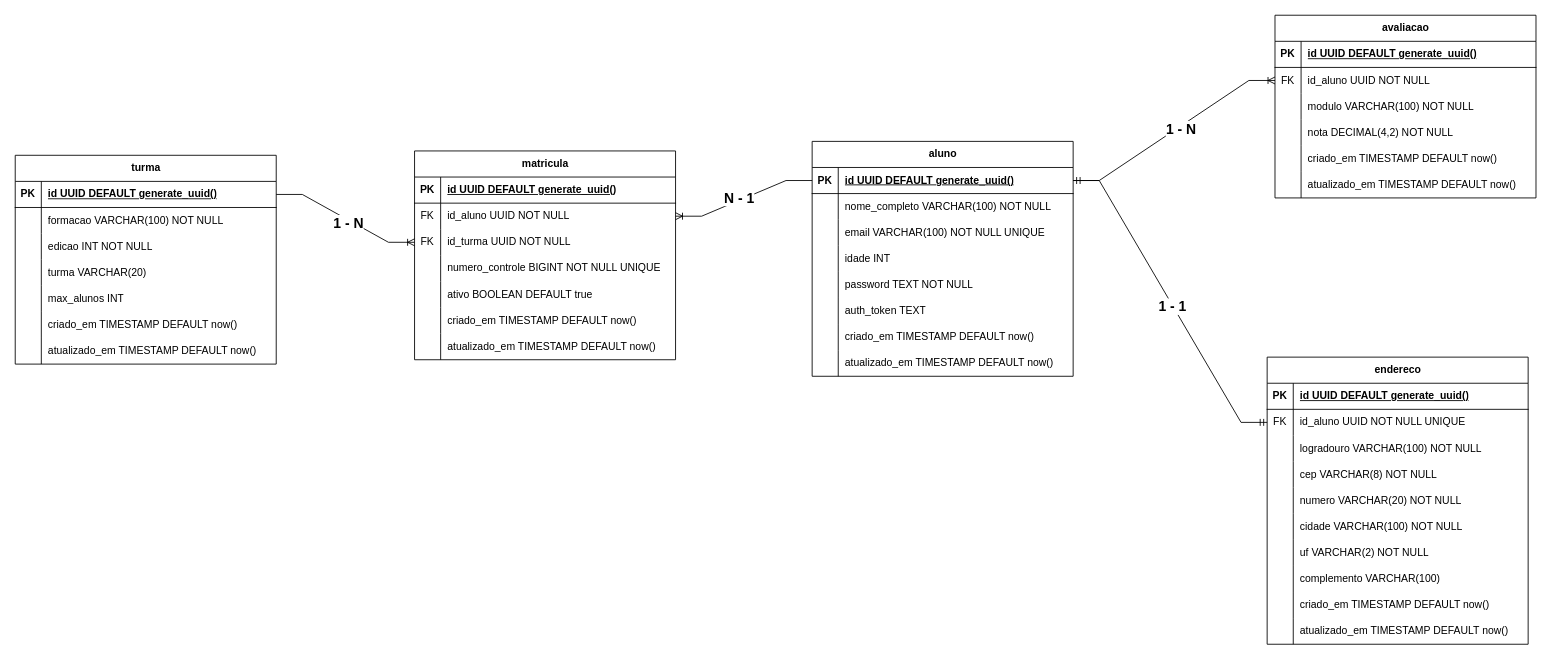
leticialealperez/STARTER-14ED02 keeps this draw.io diagram as BLOCO-INTERMEDIARIO/BANCO-DE-DADOS-II/api-controle-academico/docs/diagrama.drawio. Above is the earlier version. Source tidied: cells renumbered, new cells numbered last; positions are measured from the earlier drawing's top-left corner, leaving out a move shared by most shapes. Both pictures are drawn from the tidied source at 87%, with x=0, y=0 at pixel (15, 15).
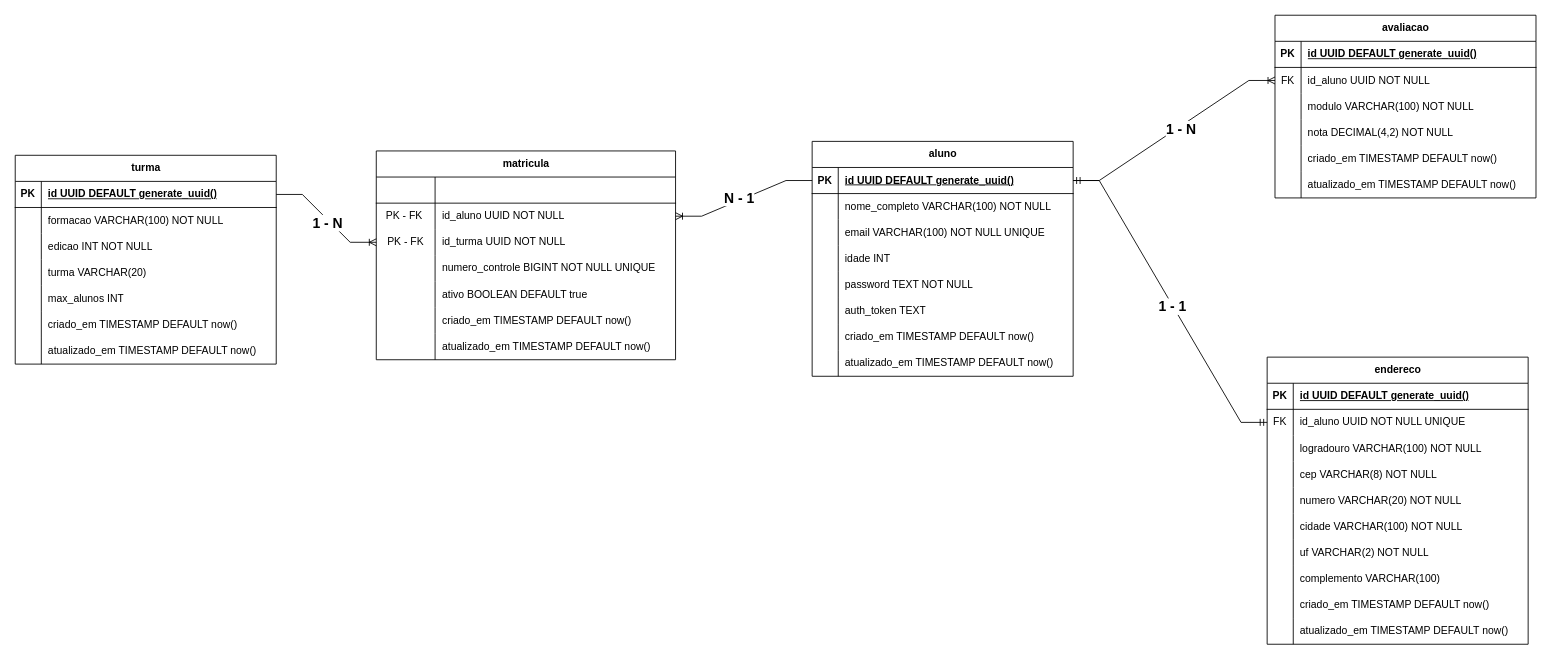
Above is the later version.

The edit, as a diff of the source:
```diff
@@
     <mxCell id="103" value="matricula" style="shape=table;startSize=30;childLayout=tableLayout;rowLines=0;fontStyle=1;align=center;html=1;" parent="1" vertex="1">
-      <mxGeometry x="459" y="156" width="300" height="240" as="geometry" />
+      <mxGeometry x="415" y="156" width="344" height="240" as="geometry" />
     </mxCell>
     <mxCell id="104" style="shape=tableRow;horizontal=0;startSize=0;swimlaneHead=0;swimlaneBody=0;fillColor=none;top=0;left=0;right=0;bottom=1;" parent="103" vertex="1">
-      <mxGeometry y="30" width="300" height="30" as="geometry" />
+      <mxGeometry y="30" width="344" height="30" as="geometry" />
     </mxCell>
-    <mxCell id="105" value="PK" style="shape=partialRectangle;fillColor=none;top=0;left=0;bottom=0;right=0;fontStyle=1;overflow=hidden;whiteSpace=wrap;html=1;" parent="104" vertex="1">
-      <mxGeometry width="30" height="30" as="geometry" />
+    <mxCell id="105" style="shape=partialRectangle;fillColor=none;top=0;left=0;bottom=0;right=0;fontStyle=1;overflow=hidden;whiteSpace=wrap;html=1;" parent="104" vertex="1">
+      <mxGeometry width="67.6" height="30" as="geometry" />
     </mxCell>
-    <mxCell id="106" value="id UUID DEFAULT generate_uuid()" style="shape=partialRectangle;fillColor=none;top=0;left=0;bottom=0;right=0;align=left;spacingLeft=6;fontStyle=5;overflow=hidden;whiteSpace=wrap;html=1;" parent="104" vertex="1">
-      <mxGeometry x="30" width="270" height="30" as="geometry" />
+    <mxCell id="106" style="shape=partialRectangle;fillColor=none;top=0;left=0;bottom=0;right=0;align=left;spacingLeft=6;fontStyle=5;overflow=hidden;whiteSpace=wrap;html=1;" parent="104" vertex="1">
+      <mxGeometry x="67.6" width="276.4" height="30" as="geometry" />
     </mxCell>
     <mxCell id="107" style="shape=tableRow;horizontal=0;startSize=0;swimlaneHead=0;swimlaneBody=0;fillColor=none;points=[[0,0.5],[1,0.5]];portConstraint=eastwest;top=0;left=0;right=0;bottom=0;" parent="103" vertex="1">
-      <mxGeometry y="60" width="300" height="30" as="geometry" />
+      <mxGeometry y="60" width="344" height="30" as="geometry" />
     </mxCell>
-    <mxCell id="108" value="FK" style="shape=partialRectangle;fillColor=none;top=0;left=0;bottom=0;right=0;overflow=hidden;whiteSpace=wrap;html=1;" parent="107" vertex="1">
-      <mxGeometry width="30" height="30" as="geometry" />
+    <mxCell id="108" value="PK - FK&amp;nbsp;" style="shape=partialRectangle;fillColor=none;top=0;left=0;bottom=0;right=0;overflow=hidden;whiteSpace=wrap;html=1;" parent="107" vertex="1">
+      <mxGeometry width="67.6" height="30" as="geometry" />
     </mxCell>
     <mxCell id="109" value="id_aluno UUID NOT NULL" style="shape=partialRectangle;fillColor=none;top=0;left=0;bottom=0;right=0;align=left;spacingLeft=6;overflow=hidden;whiteSpace=wrap;html=1;" parent="107" vertex="1">
-      <mxGeometry x="30" width="270" height="30" as="geometry" />
+      <mxGeometry x="67.6" width="276.4" height="30" as="geometry" />
     </mxCell>
     <mxCell id="110" style="shape=tableRow;horizontal=0;startSize=0;swimlaneHead=0;swimlaneBody=0;fillColor=none;points=[[0,0.5],[1,0.5]];portConstraint=eastwest;top=0;left=0;right=0;bottom=0;" parent="103" vertex="1">
-      <mxGeometry y="90" width="300" height="30" as="geometry" />
+      <mxGeometry y="90" width="344" height="30" as="geometry" />
     </mxCell>
-    <mxCell id="111" value="FK" style="shape=partialRectangle;fillColor=none;top=0;left=0;bottom=0;right=0;overflow=hidden;whiteSpace=wrap;html=1;" parent="110" vertex="1">
-      <mxGeometry width="30" height="30" as="geometry" />
+    <mxCell id="111" value="PK - FK" style="shape=partialRectangle;fillColor=none;top=0;left=0;bottom=0;right=0;overflow=hidden;whiteSpace=wrap;html=1;" parent="110" vertex="1">
+      <mxGeometry width="67.6" height="30" as="geometry" />
     </mxCell>
     <mxCell id="112" value="id_turma UUID NOT NULL" style="shape=partialRectangle;fillColor=none;top=0;left=0;bottom=0;right=0;align=left;spacingLeft=6;overflow=hidden;whiteSpace=wrap;html=1;" parent="110" vertex="1">
-      <mxGeometry x="30" width="270" height="30" as="geometry" />
+      <mxGeometry x="67.6" width="276.4" height="30" as="geometry" />
     </mxCell>
     <mxCell id="113" style="shape=tableRow;horizontal=0;startSize=0;swimlaneHead=0;swimlaneBody=0;fillColor=none;top=0;left=0;right=0;bottom=0;" parent="103" vertex="1">
-      <mxGeometry y="120" width="300" height="30" as="geometry" />
+      <mxGeometry y="120" width="344" height="30" as="geometry" />
     </mxCell>
     <mxCell id="114" style="shape=partialRectangle;fillColor=none;top=0;left=0;bottom=0;right=0;overflow=hidden;whiteSpace=wrap;html=1;" parent="113" vertex="1">
-      <mxGeometry width="30" height="30" as="geometry" />
+      <mxGeometry width="67.6" height="30" as="geometry" />
     </mxCell>
     <mxCell id="115" value="numero_controle BIGINT NOT NULL UNIQUE" style="shape=partialRectangle;fillColor=none;top=0;left=0;bottom=0;right=0;align=left;spacingLeft=6;overflow=hidden;whiteSpace=wrap;html=1;" parent="113" vertex="1">
-      <mxGeometry x="30" width="270" height="30" as="geometry" />
+      <mxGeometry x="67.6" width="276.4" height="30" as="geometry" />
     </mxCell>
     <mxCell id="116" style="shape=tableRow;horizontal=0;startSize=0;swimlaneHead=0;swimlaneBody=0;fillColor=none;top=0;left=0;right=0;bottom=0;" parent="103" vertex="1">
-      <mxGeometry y="150" width="300" height="30" as="geometry" />
+      <mxGeometry y="150" width="344" height="30" as="geometry" />
     </mxCell>
     <mxCell id="117" style="shape=partialRectangle;fillColor=none;top=0;left=0;bottom=0;right=0;overflow=hidden;whiteSpace=wrap;html=1;" parent="116" vertex="1">
-      <mxGeometry width="30" height="30" as="geometry" />
+      <mxGeometry width="67.6" height="30" as="geometry" />
     </mxCell>
     <mxCell id="118" value="ativo BOOLEAN DEFAULT true" style="shape=partialRectangle;fillColor=none;top=0;left=0;bottom=0;right=0;align=left;spacingLeft=6;overflow=hidden;whiteSpace=wrap;html=1;" parent="116" vertex="1">
-      <mxGeometry x="30" width="270" height="30" as="geometry" />
+      <mxGeometry x="67.6" width="276.4" height="30" as="geometry" />
     </mxCell>
     <mxCell id="119" style="shape=tableRow;horizontal=0;startSize=0;swimlaneHead=0;swimlaneBody=0;fillColor=none;top=0;left=0;right=0;bottom=0;" parent="103" vertex="1">
-      <mxGeometry y="180" width="300" height="30" as="geometry" />
+      <mxGeometry y="180" width="344" height="30" as="geometry" />
     </mxCell>
     <mxCell id="120" style="shape=partialRectangle;fillColor=none;top=0;left=0;bottom=0;right=0;overflow=hidden;whiteSpace=wrap;html=1;" parent="119" vertex="1">
-      <mxGeometry width="30" height="30" as="geometry" />
+      <mxGeometry width="67.6" height="30" as="geometry" />
     </mxCell>
     <mxCell id="121" value="criado_em TIMESTAMP DEFAULT now()" style="shape=partialRectangle;fillColor=none;top=0;left=0;bottom=0;right=0;align=left;spacingLeft=6;overflow=hidden;whiteSpace=wrap;html=1;" parent="119" vertex="1">
-      <mxGeometry x="30" width="270" height="30" as="geometry" />
+      <mxGeometry x="67.6" width="276.4" height="30" as="geometry" />
     </mxCell>
     <mxCell id="122" style="shape=tableRow;horizontal=0;startSize=0;swimlaneHead=0;swimlaneBody=0;fillColor=none;top=0;left=0;right=0;bottom=0;" parent="103" vertex="1">
-      <mxGeometry y="210" width="300" height="30" as="geometry" />
+      <mxGeometry y="210" width="344" height="30" as="geometry" />
     </mxCell>
     <mxCell id="123" style="shape=partialRectangle;fillColor=none;top=0;left=0;bottom=0;right=0;overflow=hidden;whiteSpace=wrap;html=1;" parent="122" vertex="1">
-      <mxGeometry width="30" height="30" as="geometry" />
+      <mxGeometry width="67.6" height="30" as="geometry" />
     </mxCell>
     <mxCell id="124" value="atualizado_em TIMESTAMP DEFAULT now()" style="shape=partialRectangle;fillColor=none;top=0;left=0;bottom=0;right=0;align=left;spacingLeft=6;overflow=hidden;whiteSpace=wrap;html=1;" parent="122" vertex="1">
-      <mxGeometry x="30" width="270" height="30" as="geometry" />
+      <mxGeometry x="67.6" width="276.4" height="30" as="geometry" />
     </mxCell>
```
